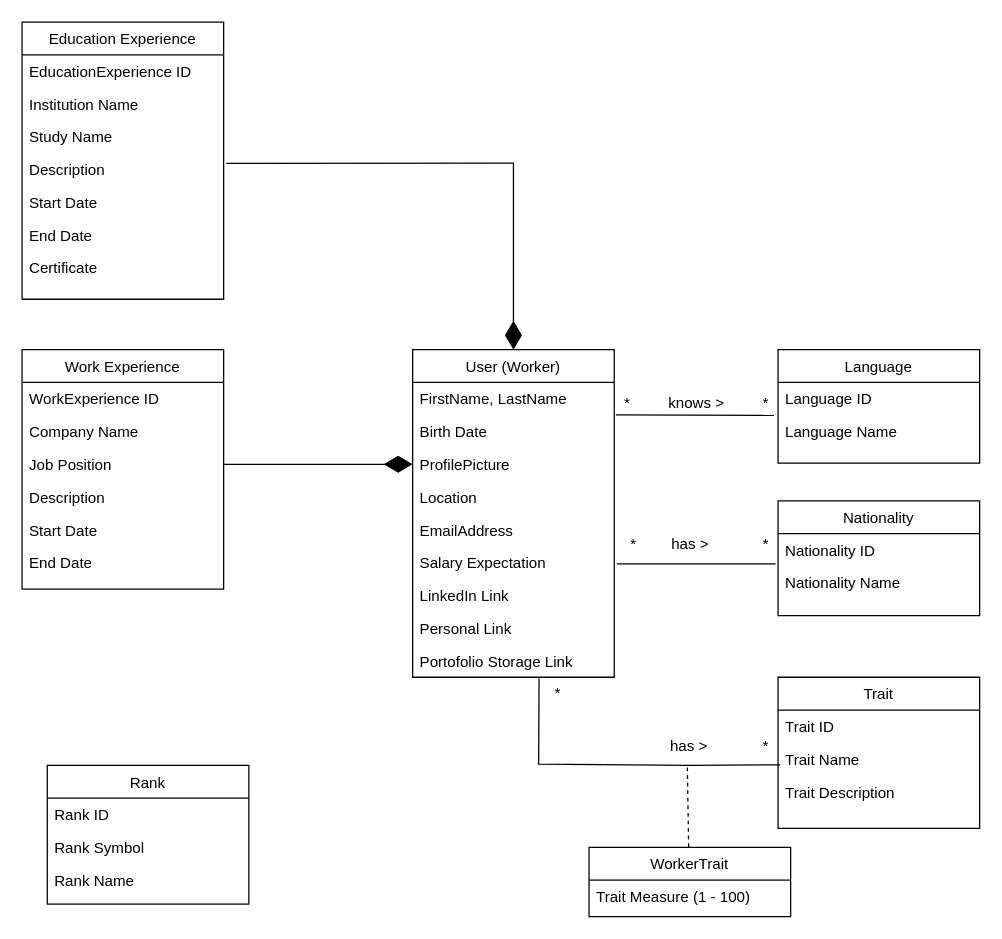
Alex-Verh/coworkers keeps this draw.io diagram as class_diagram.drawio. Above is the earlier version. Source tidied: cells renumbered, new cells numbered last; positions are measured from the earlier drawing's top-left corner, leaving out a move shared by most shapes. Both pictures are drawn from the tidied source at 126%, with x=0, y=0 at pixel (21, 21).
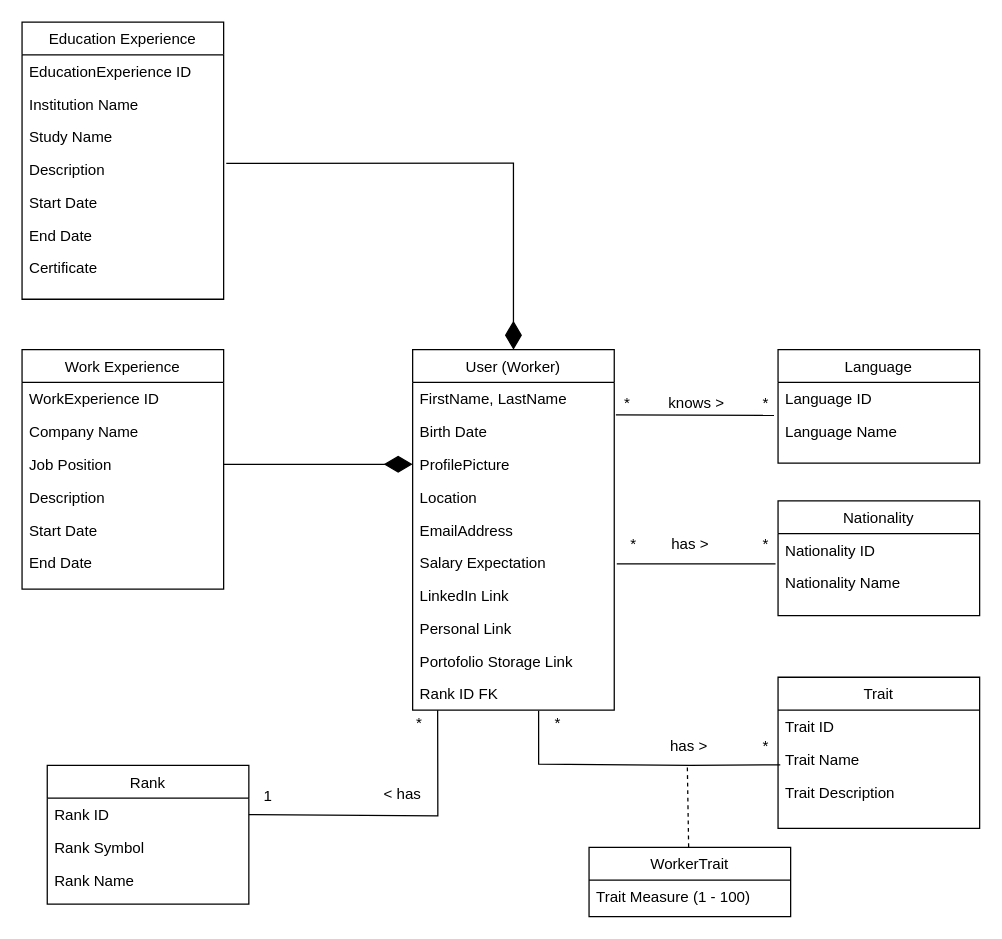
After the change.

The change refers to these unchanged cells:
```xml
<mxCell id="11" value="Portofolio Storage Link" style="text;align=left;verticalAlign=top;spacingLeft=4;spacingRight=4;overflow=hidden;points=[[0,0.5],[1,0.5]];portConstraint=eastwest;rounded=0;shadow=0;html=0;" parent="2" vertex="1">
  <mxGeometry y="234" width="160" height="26" as="geometry" />
</mxCell>
<mxCell id="20" value="Trait Name" style="text;align=left;verticalAlign=top;spacingLeft=4;spacingRight=4;overflow=hidden;points=[[0,0.5],[1,0.5]];portConstraint=eastwest;rounded=0;shadow=0;html=0;" parent="18" vertex="1">
  <mxGeometry y="52" width="160" height="26" as="geometry" />
</mxCell>
<mxCell id="23" value="Rank ID" style="text;align=left;verticalAlign=top;spacingLeft=4;spacingRight=4;overflow=hidden;points=[[0,0.5],[1,0.5]];portConstraint=eastwest;rounded=0;shadow=0;html=0;" parent="22" vertex="1">
  <mxGeometry y="26" width="160" height="26" as="geometry" />
</mxCell>
```

Change to the diagram source:
```diff
@@
     <mxCell id="2" value="User (Worker)" style="swimlane;fontStyle=0;align=center;verticalAlign=top;horizontal=1;startSize=26;rounded=0;shadow=0;strokeWidth=1;" parent="1" vertex="1">
-      <mxGeometry x="310" y="260" width="160" height="260" as="geometry" />
+      <mxGeometry x="310" y="260" width="160" height="286" as="geometry" />
     </mxCell>
@@
+    <mxCell id="58" value="Rank ID FK" style="text;align=left;verticalAlign=top;spacingLeft=4;spacingRight=4;overflow=hidden;points=[[0,0.5],[1,0.5]];portConstraint=eastwest;rounded=0;shadow=0;html=0;" parent="2" vertex="1">
+      <mxGeometry y="260" width="160" height="26" as="geometry" />
+    </mxCell>
@@
-    <mxCell id="51" style="endArrow=none;html=1;rounded=0;exitX=0.627;exitY=1.032;exitDx=0;exitDy=0;exitPerimeter=0;entryX=0.011;entryY=0.673;entryDx=0;entryDy=0;entryPerimeter=0;" parent="1" edge="1" source="11" target="20">
+    <mxCell id="51" style="endArrow=none;html=1;rounded=0;exitX=-0.001;exitY=0.153;exitDx=0;exitDy=0;exitPerimeter=0;entryX=0.011;entryY=0.673;entryDx=0;entryDy=0;entryPerimeter=0;" parent="1" edge="1" source="54" target="20">
       <mxGeometry relative="1" as="geometry">
         <Array as="points">
           <mxPoint x="410" y="589" />
           <mxPoint x="530" y="590" />
         </Array>
       </mxGeometry>
     </mxCell>
@@
     <mxCell id="54" value="*" style="text;html=1;align=center;verticalAlign=middle;points=[];strokeColor=none;fillColor=none;" parent="1" vertex="1">
-      <mxGeometry x="410" y="518" width="30" height="30" as="geometry" />
+      <mxGeometry x="410" y="542" width="30" height="30" as="geometry" />
     </mxCell>
@@
+    <mxCell id="59" style="endArrow=none;html=1;rounded=0;exitX=1;exitY=0.5;exitDx=0;exitDy=0;entryX=0.124;entryY=1.01;entryDx=0;entryDy=0;entryPerimeter=0;" parent="1" edge="1" source="23" target="58">
+      <mxGeometry relative="1" as="geometry">
+        <Array as="points">
+          <mxPoint x="330" y="630" />
+        </Array>
+      </mxGeometry>
+    </mxCell>
+    <mxCell id="60" value="1" style="text;html=1;align=center;verticalAlign=middle;strokeColor=none;fillColor=none;" parent="1" vertex="1">
+      <mxGeometry x="180" y="600" width="30" height="30" as="geometry" />
+    </mxCell>
+    <mxCell id="61" value="*" style="text;html=1;align=center;verticalAlign=middle;strokeColor=none;fillColor=none;" parent="1" vertex="1">
+      <mxGeometry x="300" y="542" width="30" height="30" as="geometry" />
+    </mxCell>
+    <mxCell id="62" value="&amp;nbsp;&amp;lt; has" style="text;html=1;align=center;verticalAlign=middle;strokeColor=none;fillColor=none;" parent="1" vertex="1">
+      <mxGeometry x="270" y="598" width="60" height="30" as="geometry" />
+    </mxCell>
```
